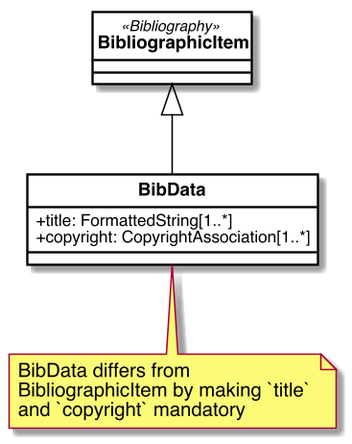
The PlantUML diagram images/BibData.png in metanorma/basicdoc-models, before a commit. Its diagram source:
```plantuml
@startuml BibData


skinparam Dpi 150
skinparam Monochrome false
skinparam LineType ortho
hide circle
skinparam Default {
  TextAlignment center
  FontName Helvetica
}
skinparam Class {
  AttributeIconSize 0
  BackgroundColor White
  ArrowColor Black
  BorderColor Black
  FontStyle bold
  StereotypeFontSize 10
}
skinparam Rectangle {
  BackgroundColor White
  ArrowColor Black
  BorderColor Black
  FontStyle bold
  FontSize 11
  StereotypeFontSize 10
}
skinparam Object {
  BackgroundColor White
  ArrowColor Black
  BorderColor Black
  FontStyle bold
  FontSize 11
  StereotypeFontSize 10
}

skinparam Entity {
  StereotypeFontSize 10
}



class BibliographicItem << Bibliography >> {

}

class BibData{
    +title: FormattedString[1..*]
    +copyright: CopyrightAssociation[1..*]
}


note bottom of BibData : BibData differs from\nBibliographicItem by making `title`\nand `copyright` mandatory


BibliographicItem <|-- BibData

@enduml
```
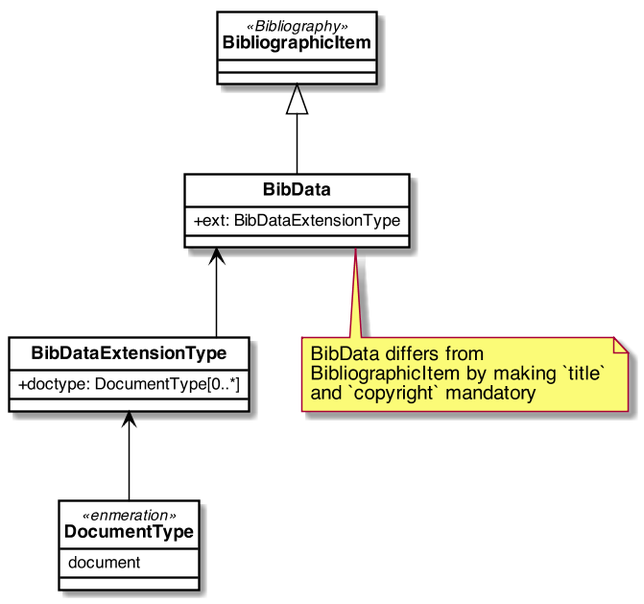
Later version of the same file.

What changed in the source:
```diff
@@ -44,9 +44,16 @@
 
 }
 
-class BibData{
-    +title: FormattedString[1..*]
-    +copyright: CopyrightAssociation[1..*]
+class BibData {
+    +ext: BibDataExtensionType
+}
+
+class BibDataExtensionType {
+    +doctype: DocumentType[0..*]
+}
+
+enum DocumentType <<enmeration>> {
+    document
 }
 
 
@@ -54,5 +61,7 @@
 
 
 BibliographicItem <|-- BibData
+BibData <-- BibDataExtensionType
+BibDataExtensionType <-- DocumentType
 
 @enduml
```
